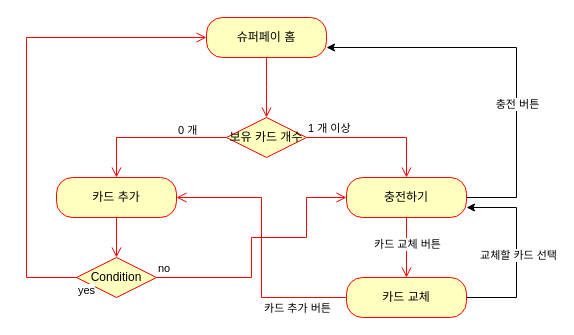
The draw.io diagram page "충전플로우 - 화면전환" (2 of 3) of SuperAppRIBTree.drawio in gookhee/diagrams, before the edit. Source tidied: cells renumbered, new cells numbered last; positions are measured from the earlier drawing's top-left corner, leaving out a move shared by most shapes. Both pictures are drawn from the tidied source at 100%, with x=0, y=0 at pixel (26, 17).
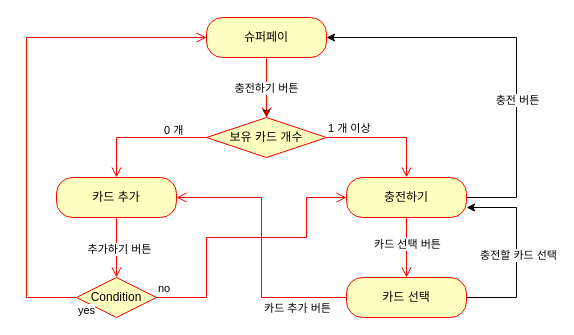
The same page after the edit.

The change refers to these unchanged cells:
```xml
<mxCell id="3" style="edgeStyle=orthogonalEdgeStyle;html=1;verticalAlign=bottom;endArrow=open;endSize=8;strokeColor=#ff0000;rounded=0;" parent="1" edge="1" source="2">
  <mxGeometry relative="1" as="geometry">
    <mxPoint x="240" y="100" as="targetPoint" />
  </mxGeometry>
</mxCell>
<mxCell id="5" style="edgeStyle=orthogonalEdgeStyle;html=1;verticalAlign=bottom;endArrow=open;endSize=8;strokeColor=#ff0000;rounded=0;" parent="1" edge="1" source="4" target="19">
  <mxGeometry relative="1" as="geometry">
    <Array as="points">
      <mxPoint x="90" y="200" />
      <mxPoint x="90" y="200" />
    </Array>
  </mxGeometry>
</mxCell>
<mxCell id="8" value="충전하기" style="rounded=1;whiteSpace=wrap;html=1;arcSize=40;fontColor=#000000;fillColor=#ffffc0;strokeColor=#ff0000;" parent="1" vertex="1">
  <mxGeometry x="320" y="160" width="120" height="40" as="geometry" />
</mxCell>
<mxCell id="9" style="edgeStyle=orthogonalEdgeStyle;html=1;verticalAlign=bottom;endArrow=open;endSize=8;strokeColor=#ff0000;rounded=0;" parent="1" edge="1" source="8">
  <mxGeometry relative="1" as="geometry">
    <mxPoint x="380" y="260" as="targetPoint" />
  </mxGeometry>
</mxCell>
<mxCell id="14" style="edgeStyle=orthogonalEdgeStyle;rounded=0;jettySize=auto;html=1;entryX=1;entryY=0.75;entryDx=0;entryDy=0;" parent="1" edge="1" source="16" target="8">
  <mxGeometry relative="1" as="geometry">
    <Array as="points">
      <mxPoint x="490" y="280" />
      <mxPoint x="490" y="190" />
    </Array>
  </mxGeometry>
</mxCell>
```

The edit, as a diff of the source:
```diff
@@
+    <mxCell id="22" style="edgeStyle=orthogonalEdgeStyle;rounded=0;jettySize=auto;html=1;" parent="1" edge="1" source="2" target="11">
+      <mxGeometry relative="1" as="geometry" />
+    </mxCell>
-    <mxCell id="2" value="슈퍼페이 홈" style="rounded=1;whiteSpace=wrap;html=1;arcSize=40;fontColor=#000000;fillColor=#ffffc0;strokeColor=#ff0000;" parent="1" vertex="1">
+    <mxCell id="2" value="슈퍼페이" style="rounded=1;whiteSpace=wrap;html=1;arcSize=40;fontColor=#000000;fillColor=#ffffc0;strokeColor=#ff0000;" parent="1" vertex="1">
       <mxGeometry x="180" width="120" height="40" as="geometry" />
     </mxCell>
@@
+    <mxCell id="23" value="충전하기 버튼" style="edgeLabel;html=1;align=center;verticalAlign=middle;" parent="3" vertex="1">
+      <mxGeometry x="0.03" y="-1" relative="1" as="geometry" />
+    </mxCell>
@@
+    <mxCell id="24" value="추가하기 버튼" style="edgeLabel;html=1;align=center;verticalAlign=middle;" parent="5" vertex="1">
+      <mxGeometry x="0.03" y="2" relative="1" as="geometry" />
+    </mxCell>
-    <mxCell id="6" style="edgeStyle=orthogonalEdgeStyle;rounded=0;jettySize=auto;html=1;entryX=1;entryY=0.75;entryDx=0;entryDy=0;" parent="1" edge="1" source="8" target="2">
+    <mxCell id="6" style="edgeStyle=orthogonalEdgeStyle;rounded=0;jettySize=auto;html=1;entryX=1;entryY=0.5;entryDx=0;entryDy=0;" parent="1" edge="1" source="8" target="2">
       <mxGeometry relative="1" as="geometry">
         <Array as="points">
           <mxPoint x="490" y="180" />
-          <mxPoint x="490" y="30" />
+          <mxPoint x="490" y="20" />
         </Array>
       </mxGeometry>
     </mxCell>
@@
-    <mxCell id="10" value="카드 교체 버튼" style="edgeLabel;html=1;align=center;verticalAlign=middle;" parent="9" vertex="1">
+    <mxCell id="10" value="카드 선택 버튼" style="edgeLabel;html=1;align=center;verticalAlign=middle;" parent="9" vertex="1">
       <mxGeometry x="-0.13" relative="1" as="geometry" />
     </mxCell>
     <mxCell id="11" value="보유 카드 개수" style="rhombus;whiteSpace=wrap;html=1;fillColor=#ffffc0;strokeColor=#ff0000;" parent="1" vertex="1">
-      <mxGeometry x="200" y="100" width="80" height="40" as="geometry" />
+      <mxGeometry x="180" y="100" width="120" height="40" as="geometry" />
     </mxCell>
@@
-    <mxCell id="15" value="교체할 카드 선택" style="edgeLabel;html=1;align=center;verticalAlign=middle;" parent="14" vertex="1">
+    <mxCell id="15" value="충전할 카드 선택" style="edgeLabel;html=1;align=center;verticalAlign=middle;" parent="14" vertex="1">
       <mxGeometry x="-0.02" y="-1" relative="1" as="geometry" />
     </mxCell>
-    <mxCell id="16" value="카드 교체" style="rounded=1;whiteSpace=wrap;html=1;arcSize=40;fontColor=#000000;fillColor=#ffffc0;strokeColor=#ff0000;" parent="1" vertex="1">
+    <mxCell id="16" value="카드 선택" style="rounded=1;whiteSpace=wrap;html=1;arcSize=40;fontColor=#000000;fillColor=#ffffc0;strokeColor=#ff0000;" parent="1" vertex="1">
       <mxGeometry x="320" y="260" width="120" height="40" as="geometry" />
     </mxCell>
@@
     <mxCell id="19" value="Condition" style="rhombus;whiteSpace=wrap;html=1;fillColor=#ffffc0;strokeColor=#ff0000;" parent="1" vertex="1">
-      <mxGeometry x="50" y="240" width="80" height="40" as="geometry" />
+      <mxGeometry x="50" y="260" width="80" height="40" as="geometry" />
     </mxCell>
-    <mxCell id="20" value="no" style="edgeStyle=orthogonalEdgeStyle;html=1;align=left;verticalAlign=bottom;endArrow=open;endSize=8;strokeColor=#ff0000;rounded=0;entryX=0;entryY=0.5;entryDx=0;entryDy=0;" parent="1" edge="1" source="19" target="8">
+    <mxCell id="20" value="no" style="edgeStyle=orthogonalEdgeStyle;html=1;align=left;verticalAlign=bottom;endArrow=open;endSize=8;strokeColor=#ff0000;rounded=0;entryX=0;entryY=0.5;entryDx=0;entryDy=0;exitX=1;exitY=0.5;exitDx=0;exitDy=0;" parent="1" edge="1" source="19" target="8">
       <mxGeometry x="-1" relative="1" as="geometry">
         <Array as="points">
-          <mxPoint x="225" y="260" />
-          <mxPoint x="225" y="220" />
+          <mxPoint x="180" y="280" />
+          <mxPoint x="180" y="220" />
           <mxPoint x="280" y="220" />
           <mxPoint x="280" y="180" />
         </Array>
       </mxGeometry>
     </mxCell>
     <mxCell id="21" value="yes" style="edgeStyle=orthogonalEdgeStyle;html=1;align=left;verticalAlign=top;endArrow=open;endSize=8;strokeColor=#ff0000;rounded=0;entryX=0;entryY=0.5;entryDx=0;entryDy=0;exitX=0;exitY=0.5;exitDx=0;exitDy=0;" parent="1" edge="1" source="19" target="2">
       <mxGeometry x="-1" relative="1" as="geometry">
         <Array as="points">
-          <mxPoint y="260" />
+          <mxPoint y="280" />
           <mxPoint y="20" />
         </Array>
       </mxGeometry>
     </mxCell>
```
